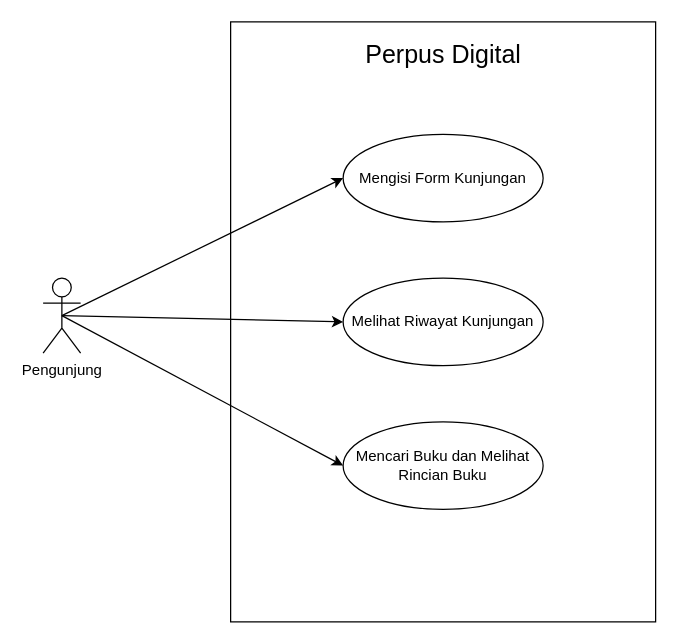
Above: use-case-perpusdigital.drawio in reezyee/perpusDigital (draw.io), before the change. Source tidied: cells renumbered, new cells numbered last; positions are measured from the earlier drawing's top-left corner, leaving out a move shared by most shapes. Both pictures are drawn from the tidied source at 125%, with x=0, y=0 at pixel (42, 21).
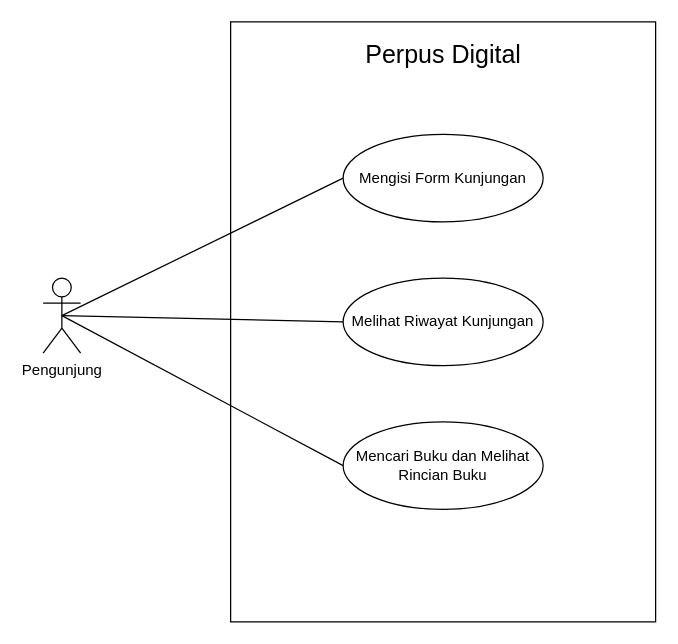
The same page after the edit.

What changed in the source:
```diff
@@
 <mxGraphModel>
   <root>
     <mxCell id="0" />
     <mxCell id="1" parent="0" />
     <mxCell id="2" style="rounded=0;whiteSpace=wrap;html=1;" parent="1" vertex="1">
       <mxGeometry x="150" width="340" height="480" as="geometry" />
     </mxCell>
     <mxCell id="3" value="Pengunjung" style="shape=umlActor;verticalLabelPosition=bottom;verticalAlign=top;html=1;outlineConnect=0;" parent="1" vertex="1">
       <mxGeometry y="205" width="30" height="60" as="geometry" />
     </mxCell>
     <mxCell id="4" value="Perpus Digital" style="text;html=1;strokeColor=none;fillColor=none;align=center;verticalAlign=middle;whiteSpace=wrap;rounded=0;fontSize=20;" parent="1" vertex="1">
       <mxGeometry x="252.5" y="10" width="135" height="30" as="geometry" />
     </mxCell>
     <mxCell id="5" value="Mengisi Form Kunjungan" style="ellipse;whiteSpace=wrap;html=1;" parent="1" vertex="1">
       <mxGeometry x="240" y="90" width="160" height="70" as="geometry" />
     </mxCell>
     <mxCell id="6" value="Melihat Riwayat Kunjungan" style="ellipse;whiteSpace=wrap;html=1;" parent="1" vertex="1">
       <mxGeometry x="240" y="205" width="160" height="70" as="geometry" />
     </mxCell>
     <mxCell id="7" value="Mencari Buku dan Melihat Rincian Buku" style="ellipse;whiteSpace=wrap;html=1;" parent="1" vertex="1">
       <mxGeometry x="240" y="320" width="160" height="70" as="geometry" />
     </mxCell>
-    <mxCell id="8" style="endArrow=classic;html=1;rounded=0;exitX=0.5;exitY=0.5;exitDx=0;exitDy=0;exitPerimeter=0;entryX=0;entryY=0.5;entryDx=0;entryDy=0;" parent="1" edge="1" source="3" target="5">
+    <mxCell id="8" style="endArrow=none;html=1;rounded=0;exitX=0.5;exitY=0.5;exitDx=0;exitDy=0;exitPerimeter=0;entryX=0;entryY=0.5;entryDx=0;entryDy=0;" parent="1" edge="1" source="3" target="5">
       <mxGeometry relative="1" as="geometry" />
     </mxCell>
-    <mxCell id="9" style="endArrow=classic;html=1;rounded=0;entryX=0;entryY=0.5;entryDx=0;entryDy=0;exitX=0.5;exitY=0.5;exitDx=0;exitDy=0;exitPerimeter=0;" parent="1" edge="1" source="3" target="6">
+    <mxCell id="9" style="endArrow=none;html=1;rounded=0;exitX=0.5;exitY=0.5;exitDx=0;exitDy=0;exitPerimeter=0;entryX=0;entryY=0.5;entryDx=0;entryDy=0;" parent="1" edge="1" source="3" target="6">
       <mxGeometry relative="1" as="geometry" />
     </mxCell>
-    <mxCell id="10" style="endArrow=classic;html=1;rounded=0;exitX=0.5;exitY=0.5;exitDx=0;exitDy=0;exitPerimeter=0;entryX=0;entryY=0.5;entryDx=0;entryDy=0;" parent="1" edge="1" source="3" target="7">
+    <mxCell id="10" style="endArrow=none;html=1;rounded=0;exitX=0.5;exitY=0.5;exitDx=0;exitDy=0;exitPerimeter=0;entryX=0;entryY=0.5;entryDx=0;entryDy=0;" parent="1" edge="1" source="3" target="7">
       <mxGeometry relative="1" as="geometry" />
     </mxCell>
   </root>
 </mxGraphModel>
```
